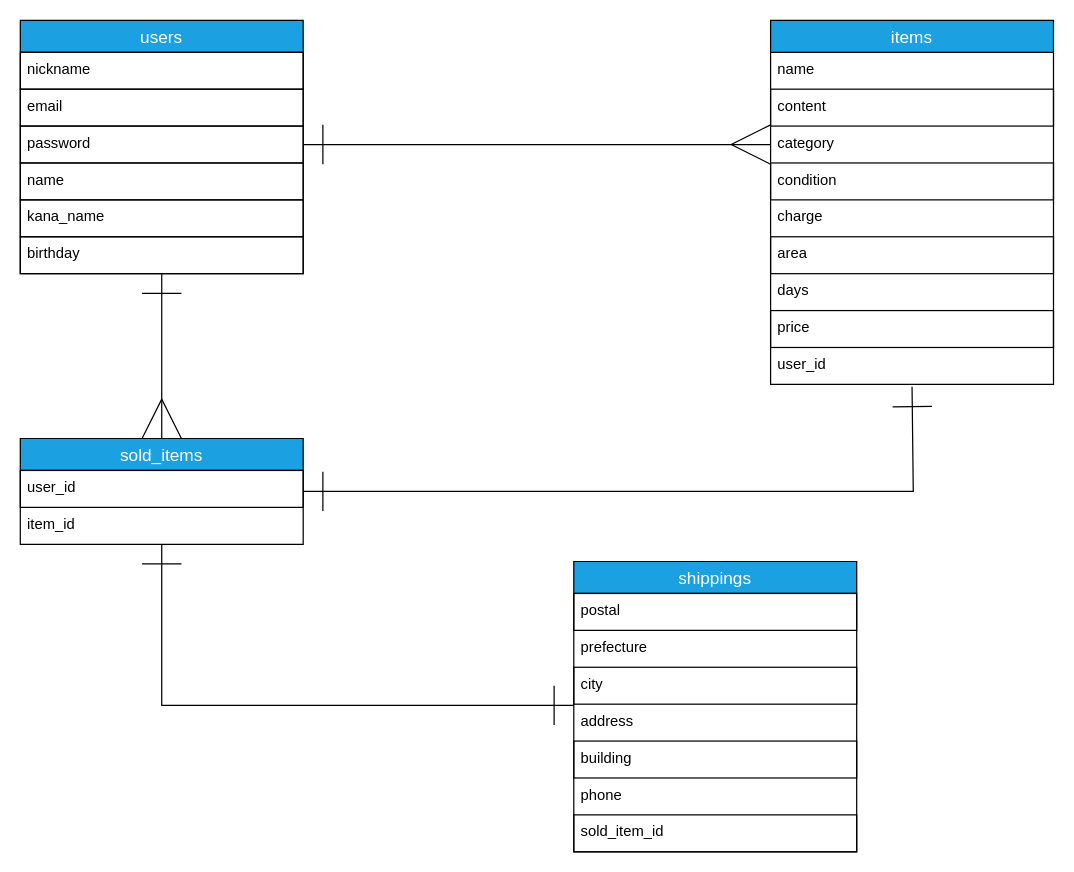
Before: furima.dio in matsuikohei/furima-38001, a draw.io diagram. Source tidied: cells renumbered, new cells numbered last; positions are measured from the earlier drawing's top-left corner, leaving out a move shared by most shapes. Both pictures are drawn from the tidied source at 123%, with x=0, y=0 at pixel (20, 20).
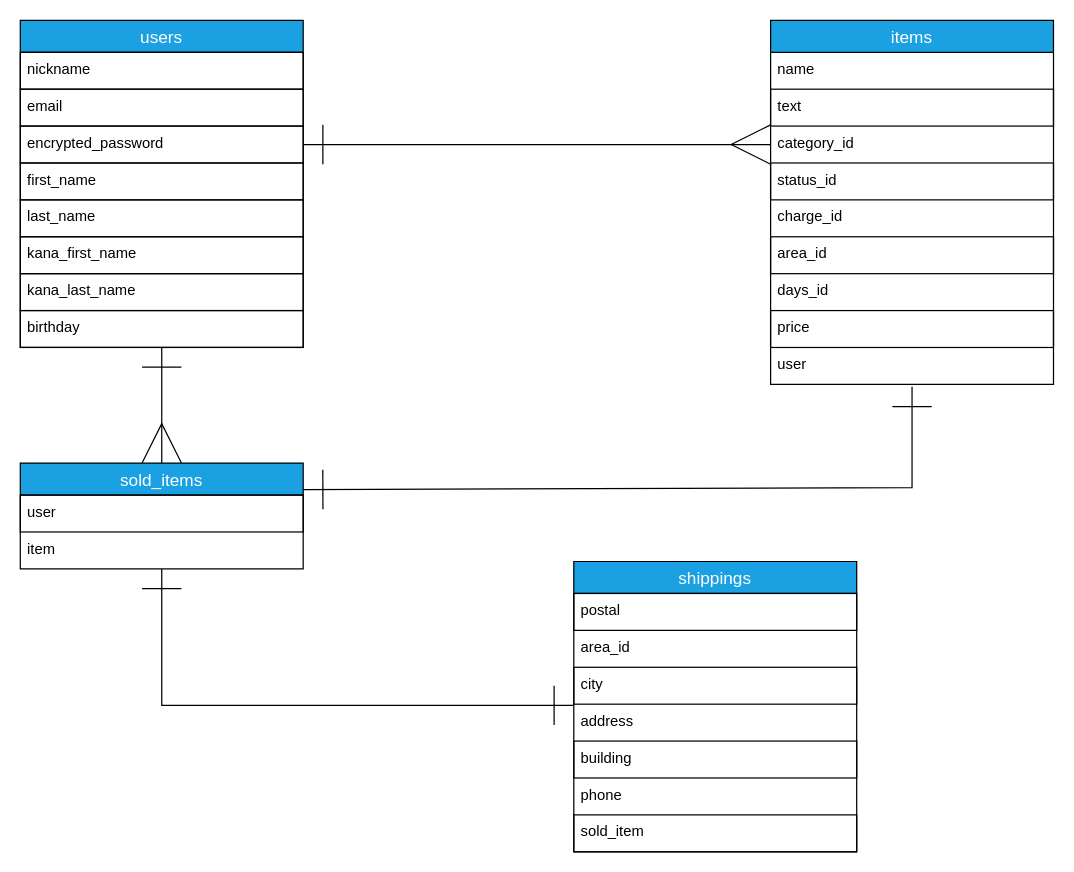
The same diagram, later.

Commit message (it also covers changes not shown here):
データベース設計の修正

The change refers to these unchanged cells:
```xml
<mxCell id="10" value="items" style="swimlane;fontStyle=0;horizontal=1;startSize=26;align=center;fontSize=14;strokeColor=default;fillColor=#1ba1e2;fontColor=#ffffff;" parent="1" vertex="1">
  <mxGeometry x="610" width="230" height="296" as="geometry" />
</mxCell>
<mxCell id="25" value="shippings" style="swimlane;fontStyle=0;horizontal=1;startSize=26;align=center;fontSize=14;strokeColor=default;fillColor=#1ba1e2;fontColor=#ffffff;" parent="1" vertex="1">
  <mxGeometry x="450" y="440" width="230" height="236" as="geometry" />
</mxCell>
```

The edit, as a diff of the source:
```diff
@@
     <mxCell id="3" value="users" style="swimlane;fontStyle=0;horizontal=1;startSize=26;align=center;fontSize=14;strokeColor=default;fillColor=#1ba1e2;fontColor=#ffffff;" parent="1" vertex="1">
-      <mxGeometry width="230" height="206" as="geometry" />
+      <mxGeometry width="230" height="266" as="geometry" />
     </mxCell>
@@
-    <mxCell id="6" value="password" style="text;strokeColor=default;fillColor=none;spacingLeft=4;spacingRight=4;overflow=hidden;points=[[0,0.5],[1,0.5]];portConstraint=eastwest;fontSize=12;" parent="3" vertex="1">
+    <mxCell id="6" value="encrypted_password" style="text;strokeColor=default;fillColor=none;spacingLeft=4;spacingRight=4;overflow=hidden;points=[[0,0.5],[1,0.5]];portConstraint=eastwest;fontSize=12;" parent="3" vertex="1">
       <mxGeometry y="86" width="230" height="30" as="geometry" />
     </mxCell>
-    <mxCell id="7" value="name" style="text;strokeColor=default;fillColor=none;spacingLeft=4;spacingRight=4;overflow=hidden;fontSize=12;" parent="3" vertex="1">
+    <mxCell id="7" value="first_name" style="text;strokeColor=default;fillColor=none;spacingLeft=4;spacingRight=4;overflow=hidden;fontSize=12;" parent="3" vertex="1">
       <mxGeometry y="116" width="230" height="30" as="geometry" />
     </mxCell>
+    <mxCell id="34" value="last_name" style="text;strokeColor=default;fillColor=none;spacingLeft=4;spacingRight=4;overflow=hidden;fontSize=12;" parent="3" vertex="1">
+      <mxGeometry y="146" width="230" height="30" as="geometry" />
+    </mxCell>
-    <mxCell id="8" value="kana_name" style="text;strokeColor=default;fillColor=none;spacingLeft=4;spacingRight=4;overflow=hidden;fontSize=12;" parent="3" vertex="1">
-      <mxGeometry y="146" width="230" height="30" as="geometry" />
+    <mxCell id="8" value="kana_first_name" style="text;strokeColor=default;fillColor=none;spacingLeft=4;spacingRight=4;overflow=hidden;fontSize=12;" parent="3" vertex="1">
+      <mxGeometry y="176" width="230" height="30" as="geometry" />
     </mxCell>
+    <mxCell id="35" value="kana_last_name" style="text;strokeColor=default;fillColor=none;spacingLeft=4;spacingRight=4;overflow=hidden;fontSize=12;" parent="3" vertex="1">
+      <mxGeometry y="206" width="230" height="30" as="geometry" />
+    </mxCell>
     <mxCell id="9" value="birthday" style="text;strokeColor=default;fillColor=none;spacingLeft=4;spacingRight=4;overflow=hidden;fontSize=12;" parent="3" vertex="1">
-      <mxGeometry y="176" width="230" height="30" as="geometry" />
+      <mxGeometry y="236" width="230" height="30" as="geometry" />
     </mxCell>
@@
-    <mxCell id="12" value="content" style="text;strokeColor=default;fillColor=none;spacingLeft=4;spacingRight=4;overflow=hidden;fontSize=12;" parent="10" vertex="1">
+    <mxCell id="12" value="text" style="text;strokeColor=default;fillColor=none;spacingLeft=4;spacingRight=4;overflow=hidden;fontSize=12;" parent="10" vertex="1">
       <mxGeometry y="56" width="230" height="30" as="geometry" />
     </mxCell>
-    <mxCell id="13" value="category" style="text;strokeColor=none;fillColor=none;spacingLeft=4;spacingRight=4;overflow=hidden;points=[[0,0.5],[1,0.5]];portConstraint=eastwest;fontSize=12;" parent="10" vertex="1">
+    <mxCell id="13" value="category_id" style="text;strokeColor=none;fillColor=none;spacingLeft=4;spacingRight=4;overflow=hidden;points=[[0,0.5],[1,0.5]];portConstraint=eastwest;fontSize=12;" parent="10" vertex="1">
       <mxGeometry y="86" width="230" height="30" as="geometry" />
     </mxCell>
-    <mxCell id="14" value="condition" style="text;strokeColor=default;fillColor=none;spacingLeft=4;spacingRight=4;overflow=hidden;fontSize=12;" parent="10" vertex="1">
+    <mxCell id="14" value="status_id" style="text;strokeColor=default;fillColor=none;spacingLeft=4;spacingRight=4;overflow=hidden;fontSize=12;" parent="10" vertex="1">
       <mxGeometry y="116" width="230" height="30" as="geometry" />
     </mxCell>
-    <mxCell id="15" value="charge" style="text;strokeColor=none;fillColor=none;spacingLeft=4;spacingRight=4;overflow=hidden;fontSize=12;" parent="10" vertex="1">
+    <mxCell id="15" value="charge_id" style="text;strokeColor=none;fillColor=none;spacingLeft=4;spacingRight=4;overflow=hidden;fontSize=12;" parent="10" vertex="1">
       <mxGeometry y="146" width="230" height="30" as="geometry" />
     </mxCell>
-    <mxCell id="16" value="area" style="text;strokeColor=default;fillColor=none;spacingLeft=4;spacingRight=4;overflow=hidden;fontSize=12;" parent="10" vertex="1">
+    <mxCell id="16" value="area_id" style="text;strokeColor=default;fillColor=none;spacingLeft=4;spacingRight=4;overflow=hidden;fontSize=12;" parent="10" vertex="1">
       <mxGeometry y="176" width="230" height="30" as="geometry" />
     </mxCell>
-    <mxCell id="17" value="days" style="text;strokeColor=none;fillColor=none;spacingLeft=4;spacingRight=4;overflow=hidden;fontSize=12;" parent="10" vertex="1">
+    <mxCell id="17" value="days_id" style="text;strokeColor=none;fillColor=none;spacingLeft=4;spacingRight=4;overflow=hidden;fontSize=12;" parent="10" vertex="1">
       <mxGeometry y="206" width="230" height="30" as="geometry" />
     </mxCell>
@@
-    <mxCell id="19" value="user_id" style="text;strokeColor=none;fillColor=none;spacingLeft=4;spacingRight=4;overflow=hidden;points=[[0,0.5],[1,0.5]];portConstraint=eastwest;fontSize=12;" parent="10" vertex="1">
+    <mxCell id="19" value="user" style="text;strokeColor=none;fillColor=none;spacingLeft=4;spacingRight=4;overflow=hidden;points=[[0,0.5],[1,0.5]];portConstraint=eastwest;fontSize=12;" parent="10" vertex="1">
       <mxGeometry y="266" width="230" height="30" as="geometry" />
     </mxCell>
-    <mxCell id="20" style="edgeStyle=none;html=1;fontColor=#000000;startArrow=ERone;startFill=0;endArrow=ERone;endFill=0;startSize=30;endSize=30;strokeWidth=1;rounded=0;entryX=0.5;entryY=1.067;entryDx=0;entryDy=0;entryPerimeter=0;" parent="1" edge="1" source="22" target="19">
+    <mxCell id="20" style="edgeStyle=none;html=1;fontColor=#000000;startArrow=ERone;startFill=0;endArrow=ERone;endFill=0;startSize=30;endSize=30;strokeWidth=1;rounded=0;entryX=0.5;entryY=1.067;entryDx=0;entryDy=0;entryPerimeter=0;exitX=1;exitY=0.25;exitDx=0;exitDy=0;" parent="1" edge="1" source="22" target="19">
       <mxGeometry relative="1" as="geometry">
         <Array as="points">
-          <mxPoint x="726" y="383" />
+          <mxPoint x="725" y="380" />
         </Array>
       </mxGeometry>
     </mxCell>
@@
     <mxCell id="22" value="sold_items" style="swimlane;fontStyle=0;horizontal=1;startSize=26;align=center;fontSize=14;strokeColor=default;fillColor=#1ba1e2;fontColor=#ffffff;" parent="1" vertex="1">
-      <mxGeometry y="340" width="230" height="86" as="geometry" />
+      <mxGeometry y="360" width="230" height="86" as="geometry" />
     </mxCell>
-    <mxCell id="23" value="user_id" style="text;strokeColor=default;fillColor=none;spacingLeft=4;spacingRight=4;overflow=hidden;fontSize=12;" parent="22" vertex="1">
+    <mxCell id="23" value="user" style="text;strokeColor=default;fillColor=none;spacingLeft=4;spacingRight=4;overflow=hidden;fontSize=12;" parent="22" vertex="1">
       <mxGeometry y="26" width="230" height="30" as="geometry" />
     </mxCell>
-    <mxCell id="24" value="item_id" style="text;strokeColor=none;fillColor=none;spacingLeft=4;spacingRight=4;overflow=hidden;fontSize=12;" parent="22" vertex="1">
+    <mxCell id="24" value="item" style="text;strokeColor=none;fillColor=none;spacingLeft=4;spacingRight=4;overflow=hidden;fontSize=12;" parent="22" vertex="1">
       <mxGeometry y="56" width="230" height="30" as="geometry" />
     </mxCell>
@@
-    <mxCell id="27" value="prefecture" style="text;strokeColor=none;fillColor=none;spacingLeft=4;spacingRight=4;overflow=hidden;fontSize=12;" parent="25" vertex="1">
+    <mxCell id="27" value="area_id" style="text;strokeColor=none;fillColor=none;spacingLeft=4;spacingRight=4;overflow=hidden;fontSize=12;" parent="25" vertex="1">
       <mxGeometry y="56" width="230" height="30" as="geometry" />
     </mxCell>
@@
-    <mxCell id="32" value="sold_item_id" style="text;strokeColor=default;fillColor=none;spacingLeft=4;spacingRight=4;overflow=hidden;fontSize=12;" parent="25" vertex="1">
+    <mxCell id="32" value="sold_item" style="text;strokeColor=default;fillColor=none;spacingLeft=4;spacingRight=4;overflow=hidden;fontSize=12;" parent="25" vertex="1">
       <mxGeometry y="206" width="230" height="30" as="geometry" />
     </mxCell>
```
